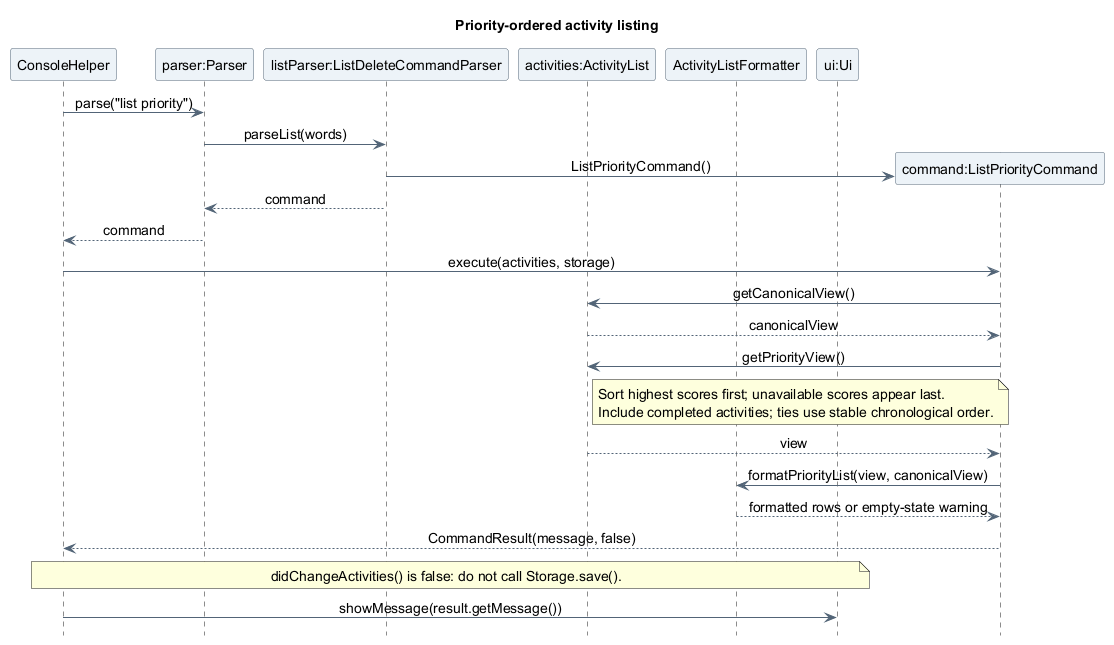
Above: docs/images/asyraf/sequence/ListPrioritySequence.png in AY2627S1-CS2113-T10-4/tp (PlantUML), before the change.
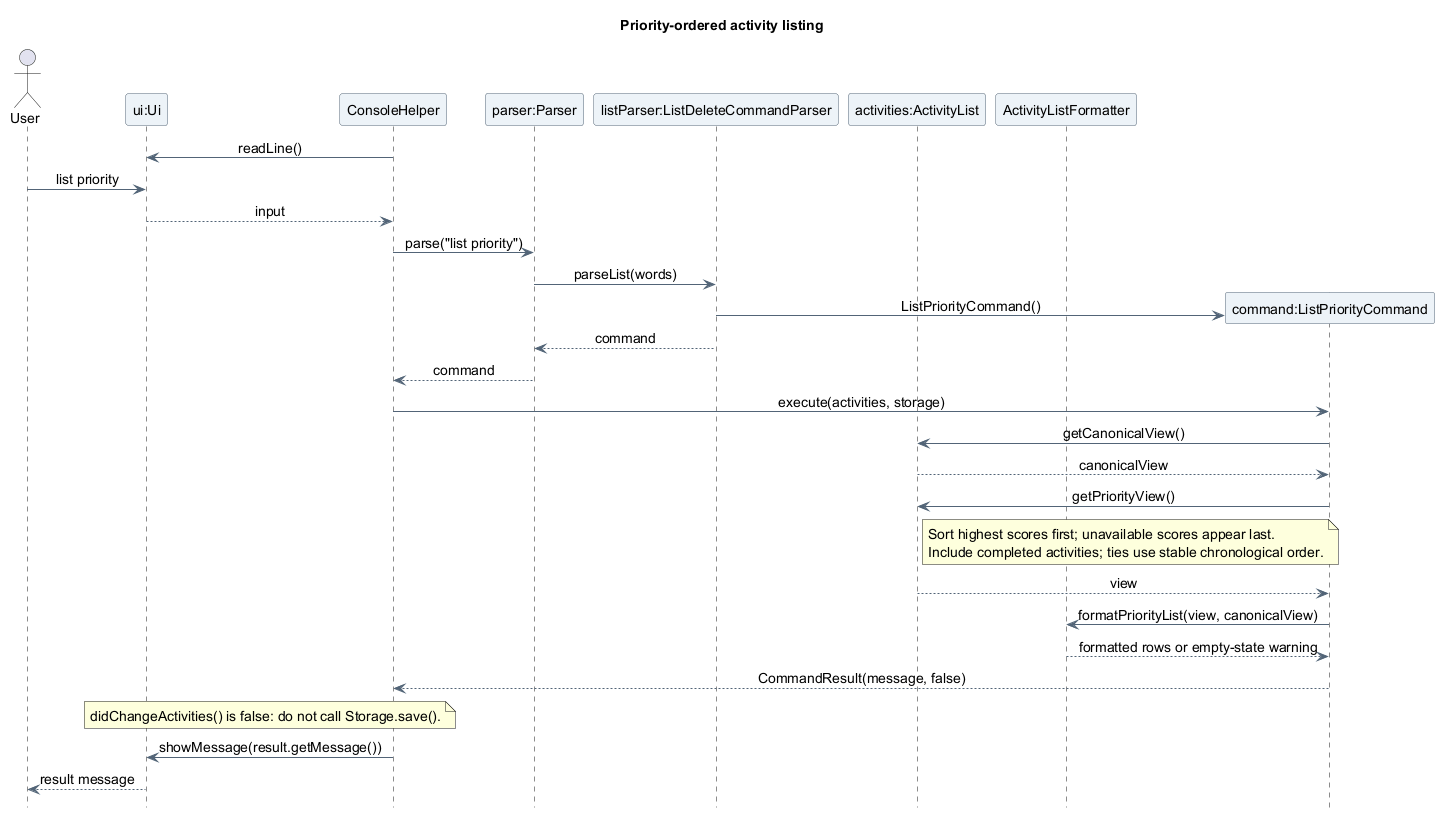
The same file after the commit.

Change to the diagram source:
```diff
@@ -10,12 +10,17 @@
 skinparam sequenceMessageAlign center
 hide footbox
 
+actor "User" as User
+participant "ui:Ui" as UI
 participant "ConsoleHelper" as Console
 participant "parser:Parser" as Parser
 participant "listParser:ListDeleteCommandParser" as ListParser
 participant "activities:ActivityList" as Activities
 participant "ActivityListFormatter" as Formatter
-participant "ui:Ui" as UI
+
+Console -> UI : readLine()
+User -> UI : list priority
+UI --> Console : input
 
 Console -> Parser : parse("list priority")
 Parser -> ListParser : parseList(words)
@@ -39,4 +44,5 @@
   didChangeActivities() is false: do not call Storage.save().
 end note
 Console -> UI : showMessage(result.getMessage())
+UI --> User : result message
 @enduml
```
